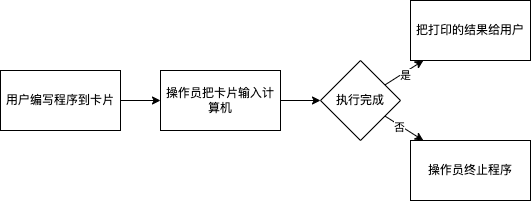
taoistwar/shoucuo-os keeps this draw.io diagram as os/docs/images/original-os.drawio.png. Above is the earlier version. Source tidied: cells renumbered, new cells last; positions are measured from the earlier drawing's top-left corner, leaving out a move shared by most shapes.
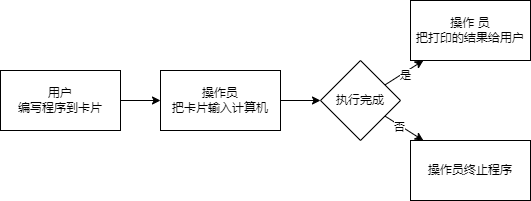
The same file after the commit.

The edit, as a diff of the source:
```diff
@@ -5,13 +5,13 @@
     <mxCell id="2" style="edgeStyle=none;html=1;" parent="1" edge="1" source="3" target="5">
       <mxGeometry relative="1" as="geometry" />
     </mxCell>
-    <mxCell id="3" value="用户编写程序到卡片" style="rounded=0;whiteSpace=wrap;html=1;" parent="1" vertex="1">
+    <mxCell id="3" value="用户&lt;br&gt;编写程序到卡片" style="rounded=0;whiteSpace=wrap;html=1;" parent="1" vertex="1">
       <mxGeometry y="70" width="120" height="60" as="geometry" />
     </mxCell>
     <mxCell id="4" style="edgeStyle=none;html=1;" parent="1" edge="1" source="5" target="10">
       <mxGeometry relative="1" as="geometry" />
     </mxCell>
-    <mxCell id="5" value="操作员把卡片输入计算机" style="whiteSpace=wrap;html=1;rounded=0;" parent="1" vertex="1">
+    <mxCell id="5" value="操作员&lt;br&gt;把卡片输入计算机" style="whiteSpace=wrap;html=1;rounded=0;" parent="1" vertex="1">
       <mxGeometry x="160" y="70" width="120" height="60" as="geometry" />
     </mxCell>
     <mxCell id="6" style="edgeStyle=none;html=1;" parent="1" edge="1" source="10" target="11">
@@ -29,7 +29,7 @@
     <mxCell id="10" value="执行完成" style="rhombus;whiteSpace=wrap;html=1;rounded=0;" parent="1" vertex="1">
       <mxGeometry x="320" y="60" width="80" height="80" as="geometry" />
     </mxCell>
-    <mxCell id="11" value="把打印的结果给用户" style="whiteSpace=wrap;html=1;rounded=0;" parent="1" vertex="1">
+    <mxCell id="11" value="操作&amp;nbsp;员&lt;br&gt;把打印的结果给用户" style="whiteSpace=wrap;html=1;rounded=0;" parent="1" vertex="1">
       <mxGeometry x="410" width="120" height="60" as="geometry" />
     </mxCell>
     <mxCell id="12" value="操作员终止程序" style="whiteSpace=wrap;html=1;rounded=0;" parent="1" vertex="1">
```
